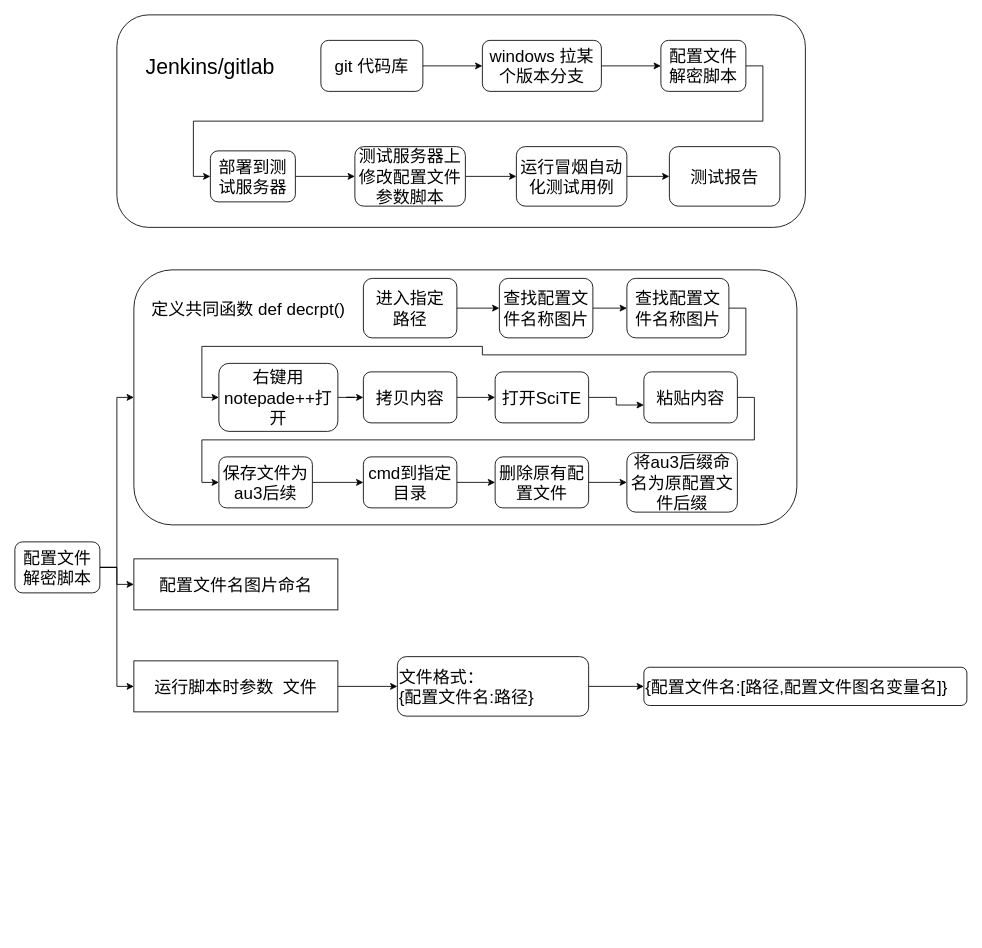
This is platform_process.drawio from Chenguoqing2008/drawio, a draw.io file, before an edit. Source tidied: cells renumbered, new cells numbered last; positions are measured from the earlier drawing's top-left corner, leaving out a move shared by most shapes. Both pictures are drawn from the tidied source at 85%, with x=0, y=0 at pixel (14, 14).
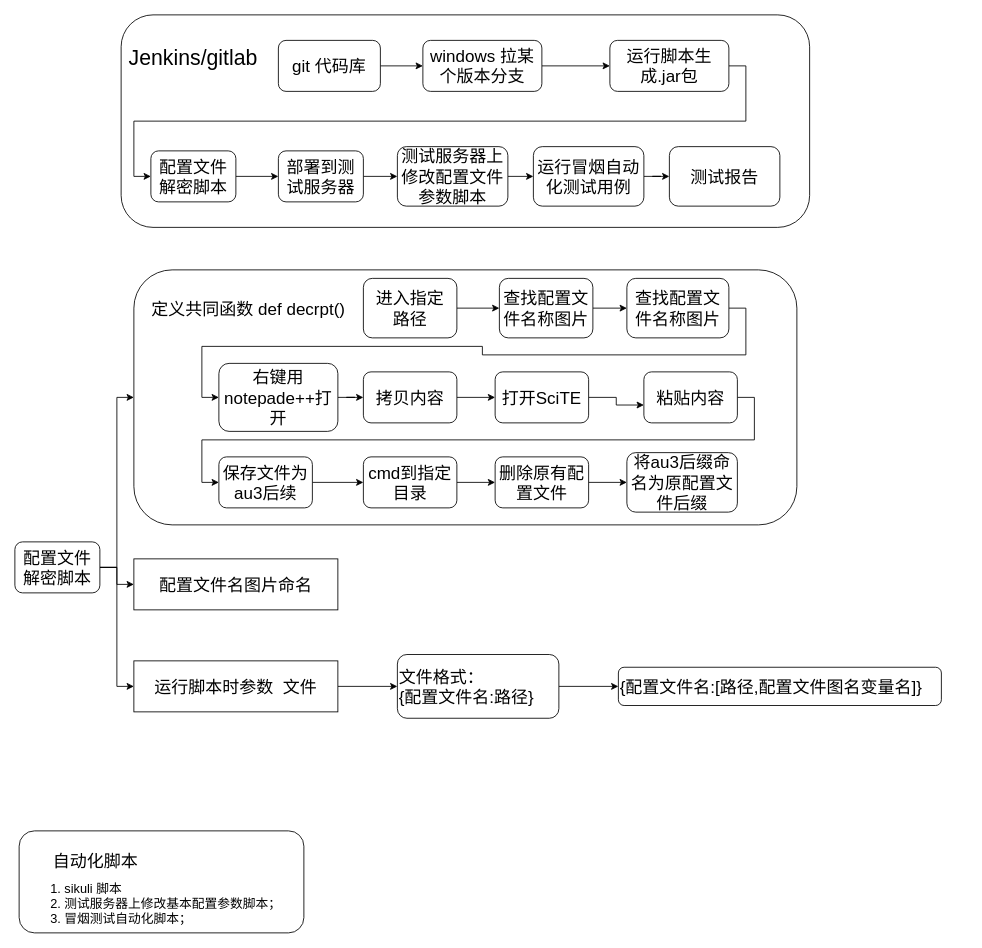
Above is the later version.

What changed in the source:
```diff
@@
+    <mxCell id="50" style="rounded=1;whiteSpace=wrap;html=1;" parent="1" vertex="1">
+      <mxGeometry x="5" y="960" width="335" height="120" as="geometry" />
+    </mxCell>
     <mxCell id="2" style="rounded=1;whiteSpace=wrap;html=1;" parent="1" vertex="1">
-      <mxGeometry x="120" width="810" height="250" as="geometry" />
+      <mxGeometry x="125" width="810" height="250" as="geometry" />
     </mxCell>
@@
     <mxCell id="4" value="&lt;font style=&quot;font-size: 20px&quot;&gt;git&amp;nbsp;代码库&lt;/font&gt;" style="rounded=1;whiteSpace=wrap;html=1;" parent="1" vertex="1">
-      <mxGeometry x="360" y="30" width="120" height="60" as="geometry" />
+      <mxGeometry x="310" y="30" width="120" height="60" as="geometry" />
     </mxCell>
-    <mxCell id="5" style="edgeStyle=orthogonalEdgeStyle;rounded=0;jettySize=auto;html=1;exitX=1;exitY=0.5;exitDx=0;exitDy=0;entryX=0;entryY=0.5;entryDx=0;entryDy=0;" parent="1" edge="1" source="6" target="8">
-      <mxGeometry relative="1" as="geometry" />
-    </mxCell>
+    <mxCell id="51" style="edgeStyle=orthogonalEdgeStyle;rounded=0;jettySize=auto;html=1;exitX=1;exitY=0.5;exitDx=0;exitDy=0;" parent="1" edge="1" source="6" target="55">
+      <mxGeometry relative="1" as="geometry" />
+    </mxCell>
     <mxCell id="6" value="&lt;font style=&quot;font-size: 20px&quot;&gt;windows&amp;nbsp;拉某个版本分支&lt;/font&gt;" style="rounded=1;whiteSpace=wrap;html=1;" parent="1" vertex="1">
-      <mxGeometry x="550" y="30" width="140" height="60" as="geometry" />
+      <mxGeometry x="480" y="30" width="140" height="60" as="geometry" />
     </mxCell>
@@
     <mxCell id="8" value="&lt;font style=&quot;font-size: 20px&quot;&gt;配置文件解密脚本&lt;/font&gt;" style="rounded=1;whiteSpace=wrap;html=1;" parent="1" vertex="1">
-      <mxGeometry x="760" y="30" width="100" height="60" as="geometry" />
+      <mxGeometry x="160" y="160" width="100" height="60" as="geometry" />
     </mxCell>
@@
     <mxCell id="10" value="&lt;span style=&quot;font-size: 20px&quot;&gt;部署到测试服务器&lt;/span&gt;" style="rounded=1;whiteSpace=wrap;html=1;" parent="1" vertex="1">
-      <mxGeometry x="230" y="160" width="100" height="60" as="geometry" />
+      <mxGeometry x="310" y="160" width="100" height="60" as="geometry" />
     </mxCell>
@@
     <mxCell id="12" value="&lt;span style=&quot;font-size: 20px&quot;&gt;测试服务器上修改配置文件参数脚本&lt;/span&gt;" style="rounded=1;whiteSpace=wrap;html=1;" parent="1" vertex="1">
-      <mxGeometry x="400" y="155" width="130" height="70" as="geometry" />
+      <mxGeometry x="450" y="155" width="130" height="70" as="geometry" />
     </mxCell>
@@
     <mxCell id="14" value="&lt;span style=&quot;font-size: 20px&quot;&gt;运行冒烟自动化测试用例&lt;/span&gt;" style="rounded=1;whiteSpace=wrap;html=1;" parent="1" vertex="1">
-      <mxGeometry x="590" y="155" width="130" height="70" as="geometry" />
+      <mxGeometry x="610" y="155" width="130" height="70" as="geometry" />
     </mxCell>
@@
     <mxCell id="16" value="&lt;font style=&quot;font-size: 25px&quot;&gt;&lt;font style=&quot;font-size: 25px&quot;&gt;Jenkins&lt;/font&gt;/gitlab&lt;/font&gt;" style="text;html=1;strokeColor=none;fillColor=none;align=center;verticalAlign=middle;whiteSpace=wrap;rounded=0;" parent="1" vertex="1">
-      <mxGeometry x="190" y="30" width="80" height="60" as="geometry" />
+      <mxGeometry x="170" y="20" width="80" height="60" as="geometry" />
     </mxCell>
@@
     <mxCell id="48" value="&lt;font style=&quot;font-size: 20px&quot;&gt;文件格式：&lt;br&gt;{配置文件名:路径}&lt;/font&gt;" style="rounded=1;whiteSpace=wrap;html=1;align=left;" parent="1" vertex="1">
-      <mxGeometry x="450" y="755" width="225" height="70" as="geometry" />
+      <mxGeometry x="450" y="752.5" width="190" height="75" as="geometry" />
     </mxCell>
     <mxCell id="49" value="&lt;font style=&quot;font-size: 20px&quot;&gt;{配置文件名:[路径,配置文件图名变量名]}&lt;/font&gt;" style="rounded=1;whiteSpace=wrap;html=1;align=left;" parent="1" vertex="1">
-      <mxGeometry x="740" y="767.5" width="380" height="45" as="geometry" />
+      <mxGeometry x="710" y="767.5" width="380" height="45" as="geometry" />
     </mxCell>
+    <mxCell id="52" value="&lt;font style=&quot;font-size: 20px&quot;&gt;自动化脚本&lt;/font&gt;" style="text;html=1;strokeColor=none;fillColor=none;align=center;verticalAlign=middle;whiteSpace=wrap;rounded=0;" parent="1" vertex="1">
+      <mxGeometry x="40" y="980" width="110" height="30" as="geometry" />
+    </mxCell>
+    <mxCell id="53" value="&lt;font style=&quot;font-size: 15px&quot;&gt;1. sikuli&amp;nbsp;脚本&lt;br&gt;2.&amp;nbsp;测试服务器上修改基本配置参数脚本；&lt;br&gt;3.&amp;nbsp;冒烟测试自动化脚本；&lt;br&gt;&lt;/font&gt;" style="text;html=1;strokeColor=none;fillColor=none;align=left;verticalAlign=middle;whiteSpace=wrap;rounded=0;" parent="1" vertex="1">
+      <mxGeometry x="40" y="1020" width="300" height="50" as="geometry" />
+    </mxCell>
+    <mxCell id="54" style="edgeStyle=orthogonalEdgeStyle;rounded=0;jettySize=auto;html=1;exitX=1;exitY=0.5;exitDx=0;exitDy=0;entryX=0;entryY=0.5;entryDx=0;entryDy=0;" parent="1" edge="1" source="55" target="8">
+      <mxGeometry relative="1" as="geometry" />
+    </mxCell>
+    <mxCell id="55" value="&lt;span style=&quot;font-size: 20px&quot;&gt;运行脚本生成.jar包&lt;/span&gt;" style="rounded=1;whiteSpace=wrap;html=1;" parent="1" vertex="1">
+      <mxGeometry x="700" y="30" width="140" height="60" as="geometry" />
+    </mxCell>
```
